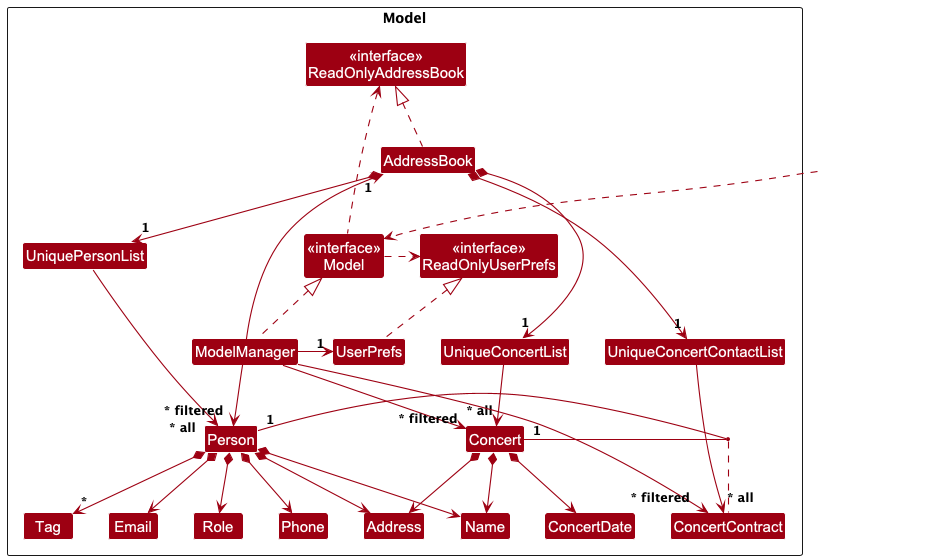
This is docs/images/ModelClassDiagramNew.png from nus-cs2103-AY2425S1/tp, a PlantUML export, as it was before one commit.
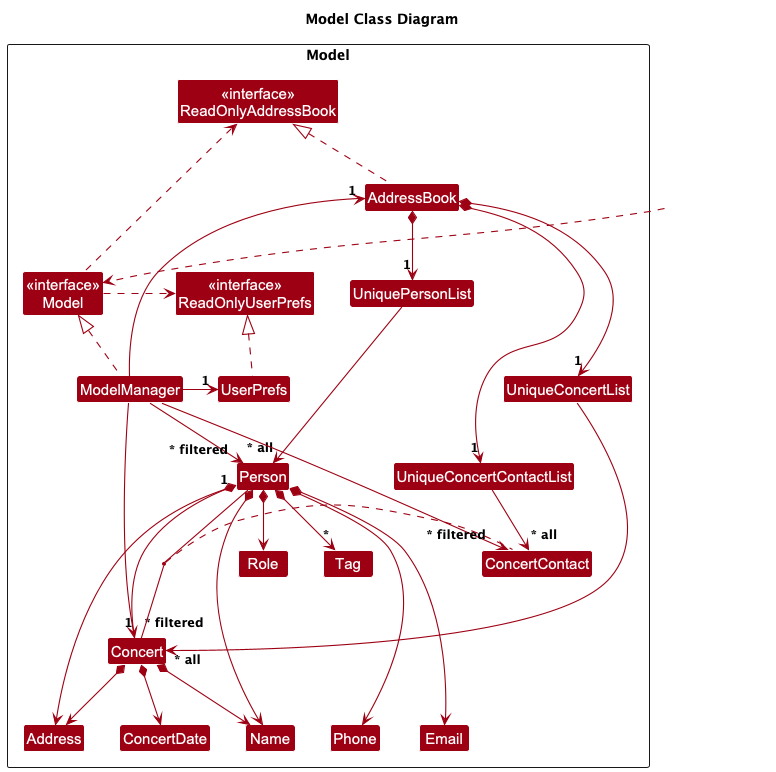
Later version of the same file.

The edit, as a diff of the source:
```diff
@@ -1,4 +1,6 @@
 @startuml
+Title Model Class Diagram
+
 !include style.puml
 skinparam arrowThickness 1.1
 skinparam arrowColor MODEL_COLOR
@@ -17,7 +19,6 @@
 Class UniqueConcertContactList
 Class Person
 Class Concert
-Class ConcertContract
 Class ConcertDate
 Class Address
 Class Email
@@ -25,6 +26,7 @@
 Class Phone
 Class Role
 Class Tag
+Class ConcertContact
 
 Class I #FFFFFF
 }
@@ -46,7 +48,8 @@
 AddressBook *--> "1" UniqueConcertContactList
 UniquePersonList --> "~* all" Person
 UniqueConcertList --> "~* all" Concert
-UniqueConcertContactList --> "~* all" ConcertContract
+UniqueConcertContactList --> "~* all" ConcertContact
+
 Person *--> Name
 Person *--> Phone
 Person *--> Email
@@ -56,8 +59,6 @@
 Concert *--> Name
 Concert *--> Address
 Concert *--> ConcertDate
-Person "1" - "1" Concert
-(Person, Concert) .. ConcertContract
 
 Person -[hidden]up--> I
 UniquePersonList -[hidden]right-> I
@@ -68,5 +69,7 @@
 
 ModelManager --> "~* filtered" Person
 ModelManager --> "~* filtered" Concert
-ModelManager --> "~* filtered" ConcertContract
+ModelManager --> "~* filtered" ConcertContact
+(Person, Concert) .. ConcertContact
+Person "1" - "1" Concert
 @enduml
```
